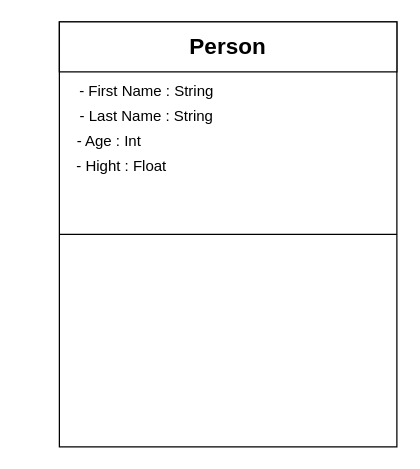
Above: Assignment1.drawio in aboudyattia/ensf380 (draw.io), before the change. Source tidied: cells renumbered, new cells numbered last; positions are measured from the earlier drawing's top-left corner, leaving out a move shared by most shapes. Both pictures are drawn from the tidied source at 125%, with x=0, y=0 at pixel (21, 21).
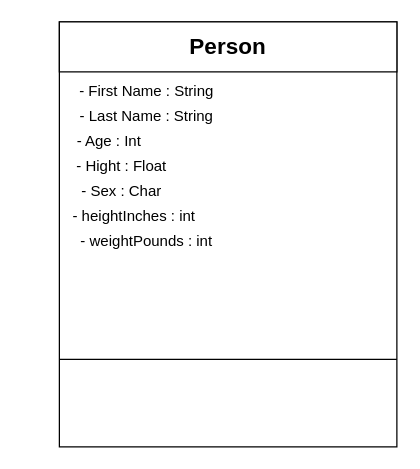
The same page after the edit.

Commit message:
Continue working

Diff of the diagram source:
```diff
@@
 <mxGraphModel>
   <root>
     <mxCell id="0" />
     <mxCell id="1" parent="0" />
     <mxCell id="2" style="rounded=0;whiteSpace=wrap;html=1;" parent="1" vertex="1">
       <mxGeometry x="30" width="270" height="340" as="geometry" />
     </mxCell>
     <mxCell id="3" value="&lt;b&gt;&lt;font style=&quot;font-size: 18px;&quot;&gt;Person&lt;/font&gt;&lt;/b&gt;" style="rounded=0;whiteSpace=wrap;html=1;" parent="1" vertex="1">
       <mxGeometry x="30" width="270" height="40" as="geometry" />
     </mxCell>
-    <mxCell id="4" style="endArrow=none;html=1;rounded=0;entryX=1;entryY=0.5;entryDx=0;entryDy=0;exitX=0;exitY=0.5;exitDx=0;exitDy=0;" parent="1" edge="1" source="2" target="2">
+    <mxCell id="4" style="endArrow=none;html=1;rounded=0;entryX=1;entryY=0.5;entryDx=0;entryDy=0;exitX=0;exitY=0.5;exitDx=0;exitDy=0;" parent="1" edge="1">
       <mxGeometry relative="1" as="geometry">
+        <mxPoint x="30" y="270" as="sourcePoint" />
+        <mxPoint x="300" y="270" as="targetPoint" />
         <Array as="points">
-          <mxPoint x="220" y="170" />
+          <mxPoint x="220" y="270" />
         </Array>
       </mxGeometry>
     </mxCell>
     <mxCell id="5" value="&lt;div style=&quot;line-height: 150%;&quot;&gt;- First Name : String&lt;/div&gt;" style="text;html=1;whiteSpace=wrap;strokeColor=none;fillColor=none;align=center;verticalAlign=middle;rounded=0;" parent="1" vertex="1">
       <mxGeometry x="30" y="40" width="140" height="30" as="geometry" />
     </mxCell>
     <mxCell id="6" value="&lt;div style=&quot;line-height: 150%;&quot;&gt;- Age : Int&lt;/div&gt;" style="text;html=1;whiteSpace=wrap;strokeColor=none;fillColor=none;align=center;verticalAlign=middle;rounded=0;" parent="1" vertex="1">
       <mxGeometry y="80" width="140" height="30" as="geometry" />
     </mxCell>
-    <mxCell id="7" value="&lt;div style=&quot;line-height: 150%;&quot;&gt;- Hight : Float&lt;/div&gt;" style="text;html=1;whiteSpace=wrap;strokeColor=none;fillColor=none;align=center;verticalAlign=middle;rounded=0;" parent="1" vertex="1">
+    <mxCell id="7" value="&lt;div style=&quot;line-height: 150%;&quot;&gt;- Hight : Float&lt;br&gt;&lt;/div&gt;" style="text;html=1;whiteSpace=wrap;strokeColor=none;fillColor=none;align=center;verticalAlign=middle;rounded=0;" parent="1" vertex="1">
       <mxGeometry x="10" y="100" width="140" height="30" as="geometry" />
     </mxCell>
     <mxCell id="8" value="&lt;div style=&quot;line-height: 150%;&quot;&gt;- Last Name : String&lt;/div&gt;" style="text;html=1;whiteSpace=wrap;strokeColor=none;fillColor=none;align=center;verticalAlign=middle;rounded=0;" parent="1" vertex="1">
       <mxGeometry x="30" y="60" width="140" height="30" as="geometry" />
     </mxCell>
+    <mxCell id="9" value="&lt;div style=&quot;line-height: 150%;&quot;&gt;- Sex : Char&lt;br&gt;&lt;/div&gt;" style="text;html=1;whiteSpace=wrap;strokeColor=none;fillColor=none;align=center;verticalAlign=middle;rounded=0;" parent="1" vertex="1">
+      <mxGeometry x="10" y="120" width="140" height="30" as="geometry" />
+    </mxCell>
+    <mxCell id="10" value="&lt;div style=&quot;line-height: 150%;&quot;&gt;- heightInches : int&lt;br&gt;&lt;/div&gt;" style="text;html=1;whiteSpace=wrap;strokeColor=none;fillColor=none;align=center;verticalAlign=middle;rounded=0;" parent="1" vertex="1">
+      <mxGeometry x="20" y="140" width="140" height="30" as="geometry" />
+    </mxCell>
+    <mxCell id="11" value="&lt;div style=&quot;line-height: 150%;&quot;&gt;- weightPounds : int&lt;br&gt;&lt;/div&gt;" style="text;html=1;whiteSpace=wrap;strokeColor=none;fillColor=none;align=center;verticalAlign=middle;rounded=0;" parent="1" vertex="1">
+      <mxGeometry x="30" y="160" width="140" height="30" as="geometry" />
+    </mxCell>
   </root>
 </mxGraphModel>
```
